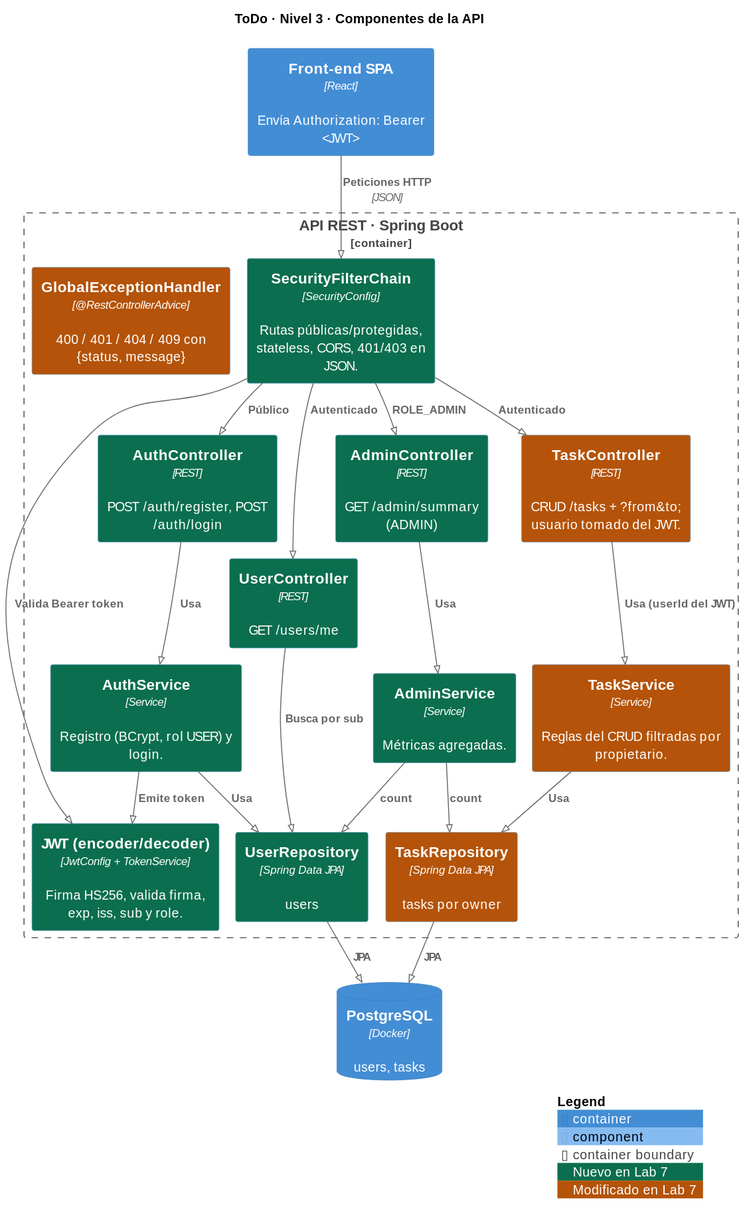
The PlantUML diagram docs/diagrams/c4_3_components.svg in Miguelim101/back-end-lab06, before a commit.
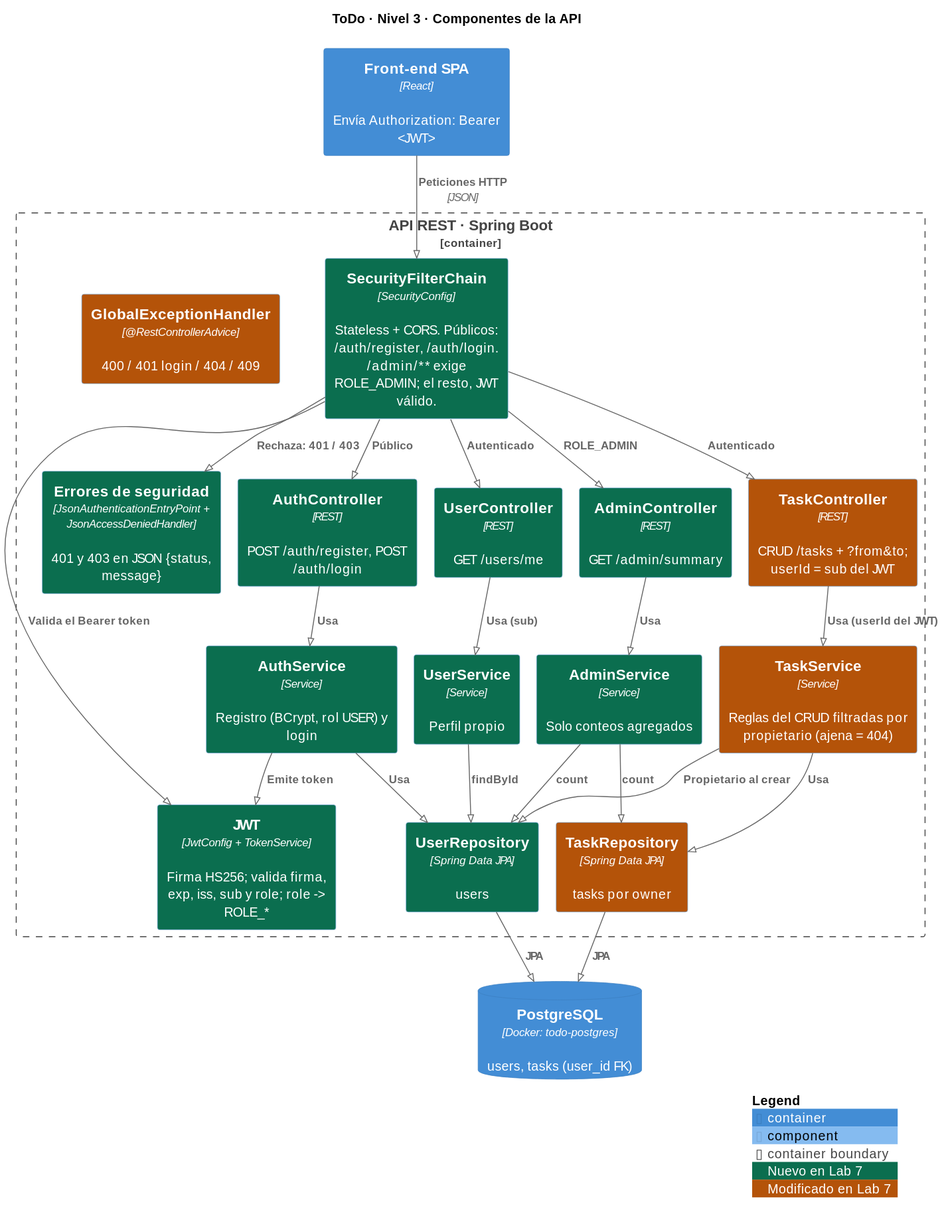
After the commit.

Diff of the diagram source:
```diff
@@ -7,38 +7,43 @@
 title ToDo · Nivel 3 · Componentes de la API
 
 Container(spa, "Front-end SPA", "React", "Envía Authorization: Bearer <JWT>")
-ContainerDb(db, "PostgreSQL", "Docker", "users, tasks")
+ContainerDb(db, "PostgreSQL", "Docker: todo-postgres", "users, tasks (user_id FK)")
 
 Container_Boundary(api, "API REST · Spring Boot") {
-    Component(chain, "SecurityFilterChain", "SecurityConfig", "Rutas públicas/protegidas, stateless, CORS, 401/403 en JSON.", $tags="nuevo")
-    Component(jwt, "JWT (encoder/decoder)", "JwtConfig + TokenService", "Firma HS256, valida firma, exp, iss, sub y role.", $tags="nuevo")
+    Component(chain, "SecurityFilterChain", "SecurityConfig", "Stateless + CORS. Públicos: /auth/register, /auth/login. /admin/** exige ROLE_ADMIN; el resto, JWT válido.", $tags="nuevo")
+    Component(jwt, "JWT", "JwtConfig + TokenService", "Firma HS256; valida firma, exp, iss, sub y role; role -> ROLE_*", $tags="nuevo")
+    Component(handlers, "Errores de seguridad", "JsonAuthenticationEntryPoint + JsonAccessDeniedHandler", "401 y 403 en JSON {status, message}", $tags="nuevo")
     Component(authCtrl, "AuthController", "REST", "POST /auth/register, POST /auth/login", $tags="nuevo")
     Component(userCtrl, "UserController", "REST", "GET /users/me", $tags="nuevo")
-    Component(adminCtrl, "AdminController", "REST", "GET /admin/summary (ADMIN)", $tags="nuevo")
-    Component(taskCtrl, "TaskController", "REST", "CRUD /tasks + ?from&to; usuario tomado del JWT.", $tags="modificado")
-    Component(authSvc, "AuthService", "Service", "Registro (BCrypt, rol USER) y login.", $tags="nuevo")
-    Component(adminSvc, "AdminService", "Service", "Métricas agregadas.", $tags="nuevo")
-    Component(taskSvc, "TaskService", "Service", "Reglas del CRUD filtradas por propietario.", $tags="modificado")
+    Component(adminCtrl, "AdminController", "REST", "GET /admin/summary", $tags="nuevo")
+    Component(taskCtrl, "TaskController", "REST", "CRUD /tasks + ?from&to; userId = sub del JWT", $tags="modificado")
+    Component(authSvc, "AuthService", "Service", "Registro (BCrypt, rol USER) y login", $tags="nuevo")
+    Component(userSvc, "UserService", "Service", "Perfil propio", $tags="nuevo")
+    Component(adminSvc, "AdminService", "Service", "Solo conteos agregados", $tags="nuevo")
+    Component(taskSvc, "TaskService", "Service", "Reglas del CRUD filtradas por propietario (ajena = 404)", $tags="modificado")
     Component(userRepo, "UserRepository", "Spring Data JPA", "users", $tags="nuevo")
     Component(taskRepo, "TaskRepository", "Spring Data JPA", "tasks por owner", $tags="modificado")
-    Component(errors, "GlobalExceptionHandler", "@RestControllerAdvice", "400 / 401 / 404 / 409 con {status, message}", $tags="modificado")
+    Component(errors, "GlobalExceptionHandler", "@RestControllerAdvice", "400 / 401 login / 404 / 409", $tags="modificado")
 }
 
 Rel(spa, chain, "Peticiones HTTP", "JSON")
-Rel(chain, jwt, "Valida Bearer token")
+Rel(chain, jwt, "Valida el Bearer token")
+Rel(chain, handlers, "Rechaza: 401 / 403")
 Rel(chain, authCtrl, "Público")
+Rel(chain, userCtrl, "Autenticado")
 Rel(chain, taskCtrl, "Autenticado")
-Rel(chain, userCtrl, "Autenticado")
 Rel(chain, adminCtrl, "ROLE_ADMIN")
 Rel(authCtrl, authSvc, "Usa")
 Rel(authSvc, jwt, "Emite token")
 Rel(authSvc, userRepo, "Usa")
-Rel(userCtrl, userRepo, "Busca por sub")
+Rel(userCtrl, userSvc, "Usa (sub)")
+Rel(userSvc, userRepo, "findById")
 Rel(adminCtrl, adminSvc, "Usa")
 Rel(adminSvc, userRepo, "count")
 Rel(adminSvc, taskRepo, "count")
 Rel(taskCtrl, taskSvc, "Usa (userId del JWT)")
 Rel(taskSvc, taskRepo, "Usa")
+Rel(taskSvc, userRepo, "Propietario al crear")
 Rel(userRepo, db, "JPA")
 Rel(taskRepo, db, "JPA")
 SHOW_LEGEND()
```
